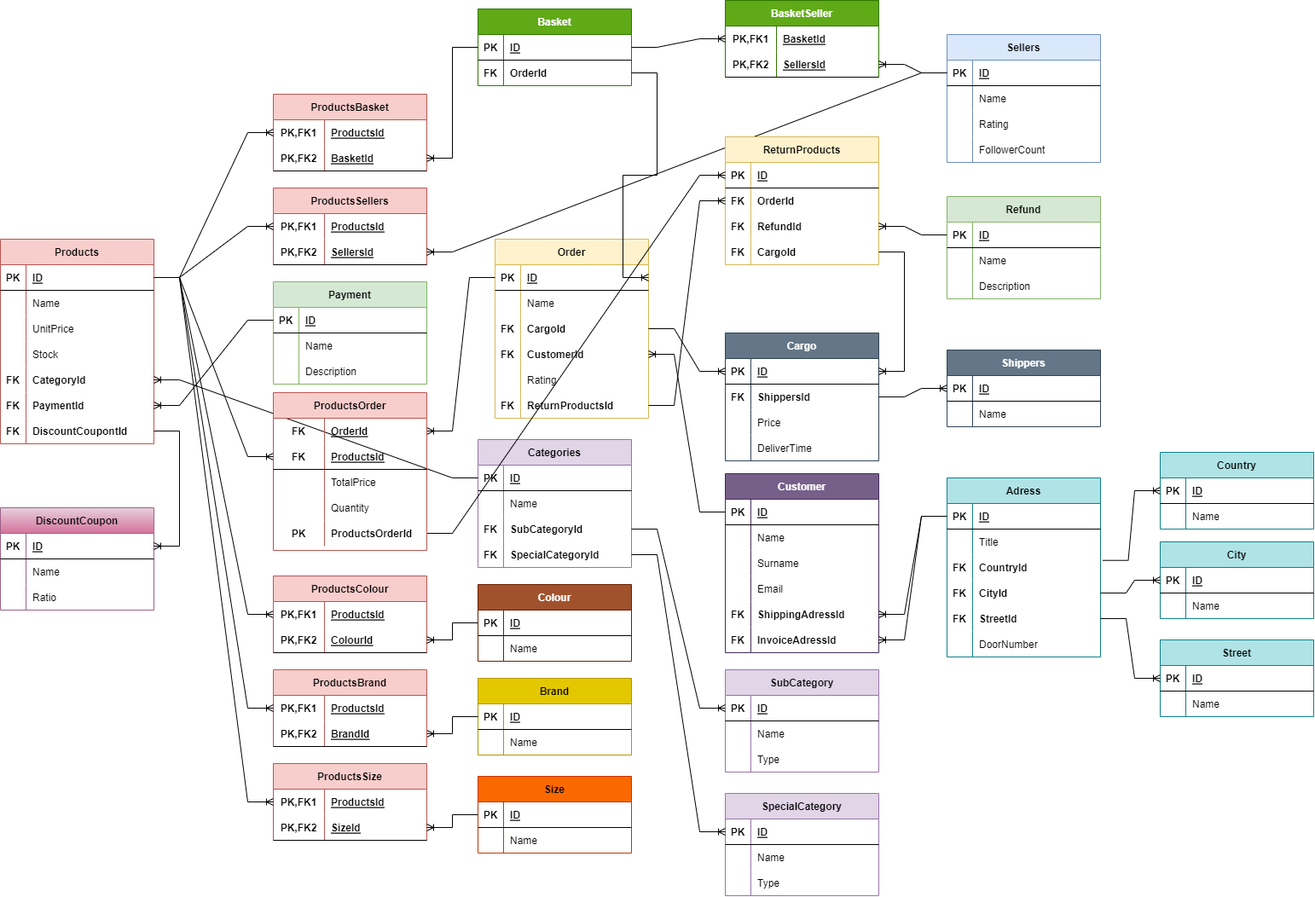
This is 24-11-2022_Pair9_HW.drawio.png from ZakirMK/Etiya-Akademi, a draw.io export, as it was before one commit. Source tidied: cells renumbered, new cells last; positions are measured from the earlier drawing's top-left corner, leaving out a move shared by most shapes.
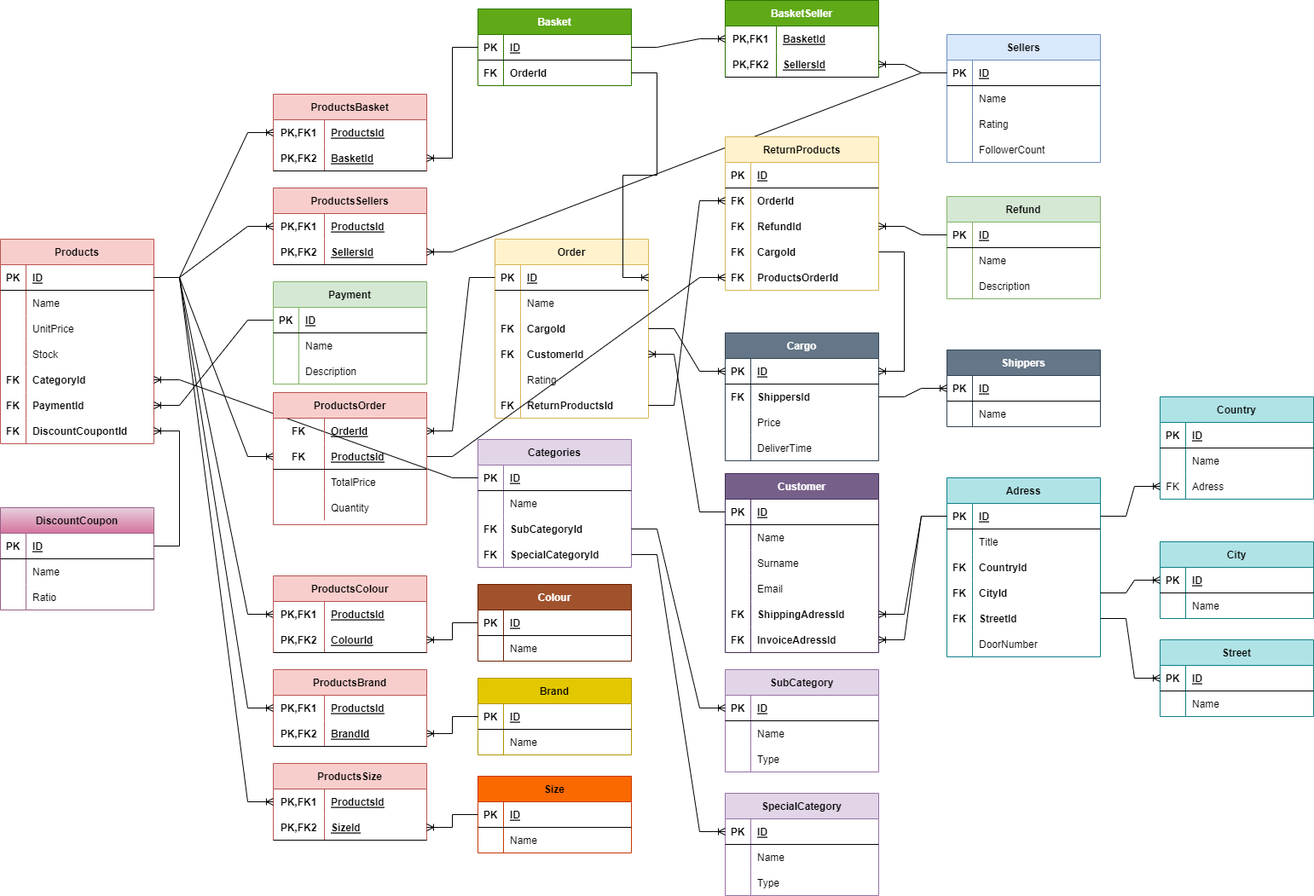
The same file after the commit.

Change to the diagram source:
```diff
@@ -678,7 +678,7 @@
       <mxGeometry relative="1" as="geometry" />
     </mxCell>
     <mxCell id="227" value="Country" style="shape=table;startSize=30;rowLines=0;fontStyle=1;align=center;fillColor=#b0e3e6;strokeColor=#0e8088;" parent="1" vertex="1">
-      <mxGeometry x="1360" y="530" width="180" height="90" as="geometry" />
+      <mxGeometry x="1360" y="465" width="180" height="120" as="geometry" />
     </mxCell>
     <mxCell id="228" style="shape=tableRow;horizontal=0;startSize=0;swimlaneHead=0;swimlaneBody=0;fillColor=none;points=[[0,0.5],[1,0.5]];portConstraint=eastwest;top=0;left=0;right=0;bottom=1;" parent="227" vertex="1">
       <mxGeometry y="30" width="180" height="30" as="geometry" />
@@ -698,9 +698,15 @@
     <mxCell id="233" value="Name" style="shape=partialRectangle;fillColor=none;top=0;left=0;bottom=0;right=0;align=left;spacingLeft=6;overflow=hidden;" parent="231" vertex="1">
       <mxGeometry x="30" width="150" height="30" as="geometry" />
     </mxCell>
-    <mxCell id="234" style="edgeStyle=entityRelationEdgeStyle;fontSize=12;html=1;endArrow=ERoneToMany;rounded=0;entryX=0;entryY=0.5;entryDx=0;entryDy=0;exitX=1.014;exitY=0.224;exitDx=0;exitDy=0;exitPerimeter=0;" parent="1" edge="1" source="63" target="228">
-      <mxGeometry relative="1" as="geometry" />
-    </mxCell>
+    <mxCell id="329" style="shape=tableRow;horizontal=0;startSize=0;swimlaneHead=0;swimlaneBody=0;fillColor=none;points=[[0,0.5],[1,0.5]];portConstraint=eastwest;top=0;left=0;right=0;bottom=0;" parent="227" vertex="1">
+      <mxGeometry y="90" width="180" height="30" as="geometry" />
+    </mxCell>
+    <mxCell id="330" value="FK" style="shape=partialRectangle;fillColor=none;top=0;left=0;bottom=0;right=0;overflow=hidden;" parent="329" vertex="1">
+      <mxGeometry width="30" height="30" as="geometry" />
+    </mxCell>
+    <mxCell id="331" value="Adress" style="shape=partialRectangle;fillColor=none;top=0;left=0;bottom=0;right=0;align=left;spacingLeft=6;overflow=hidden;" parent="329" vertex="1">
+      <mxGeometry x="30" width="150" height="30" as="geometry" />
+    </mxCell>
     <mxCell id="235" value="City" style="shape=table;startSize=30;rowLines=0;fontStyle=1;align=center;fillColor=#b0e3e6;strokeColor=#0e8088;" parent="1" vertex="1">
       <mxGeometry x="1360" y="635" width="180" height="90" as="geometry" />
     </mxCell>
@@ -818,9 +824,6 @@
     <mxCell id="273" value="Ratio" style="shape=partialRectangle;fillColor=none;top=0;left=0;bottom=0;right=0;align=left;spacingLeft=6;overflow=hidden;" parent="271" vertex="1">
       <mxGeometry x="30" width="150" height="30" as="geometry" />
     </mxCell>
-    <mxCell id="274" style="edgeStyle=entityRelationEdgeStyle;fontSize=12;html=1;endArrow=ERoneToMany;rounded=0;exitX=1;exitY=0.5;exitDx=0;exitDy=0;entryX=1;entryY=0.5;entryDx=0;entryDy=0;" parent="1" edge="1" source="21" target="265">
-      <mxGeometry relative="1" as="geometry" />
-    </mxCell>
     <mxCell id="275" value="SpecialCategory" style="shape=table;startSize=30;rowLines=0;fontStyle=1;align=center;fillColor=#e1d5e7;strokeColor=#9673a6;" parent="1" vertex="1">
       <mxGeometry x="850" y="930" width="180" height="120" as="geometry" />
     </mxCell>
@@ -855,7 +858,7 @@
       <mxGeometry relative="1" as="geometry" />
     </mxCell>
     <mxCell id="286" value="ReturnProducts" style="shape=table;startSize=30;rowLines=0;fontStyle=1;align=center;fillColor=#fff2cc;strokeColor=#d6b656;" parent="1" vertex="1">
-      <mxGeometry x="850" y="160" width="180" height="150" as="geometry" />
+      <mxGeometry x="850" y="160" width="180" height="180" as="geometry" />
     </mxCell>
     <mxCell id="287" style="shape=tableRow;horizontal=0;startSize=0;swimlaneHead=0;swimlaneBody=0;fillColor=none;points=[[0,0.5],[1,0.5]];portConstraint=eastwest;top=0;left=0;right=0;bottom=1;" parent="286" vertex="1">
       <mxGeometry y="30" width="180" height="30" as="geometry" />
@@ -893,17 +896,28 @@
     <mxCell id="298" value="CargoId" style="shape=partialRectangle;fillColor=none;top=0;left=0;bottom=0;right=0;align=left;spacingLeft=6;overflow=hidden;fontStyle=1;" parent="296" vertex="1">
       <mxGeometry x="30" width="150" height="30" as="geometry" />
     </mxCell>
+    <mxCell id="315" style="shape=tableRow;horizontal=0;startSize=0;swimlaneHead=0;swimlaneBody=0;fillColor=none;points=[[0,0.5],[1,0.5]];portConstraint=eastwest;top=0;left=0;right=0;bottom=0;" parent="286" vertex="1">
+      <mxGeometry y="150" width="180" height="30" as="geometry" />
+    </mxCell>
+    <mxCell id="332" value="FK" style="shape=partialRectangle;fillColor=none;top=0;left=0;bottom=0;right=0;overflow=hidden;fontStyle=1;" parent="315" vertex="1">
+      <mxGeometry width="30" height="30" as="geometry" />
+    </mxCell>
+    <mxCell id="317" value="ProductsOrderId" style="shape=partialRectangle;fillColor=none;top=0;left=0;bottom=0;right=0;align=left;spacingLeft=6;overflow=hidden;fontStyle=1;" parent="315" vertex="1">
+      <mxGeometry x="30" width="150" height="30" as="geometry" />
+    </mxCell>
     <mxCell id="299" style="edgeStyle=entityRelationEdgeStyle;fontSize=12;html=1;endArrow=ERoneToMany;rounded=0;entryX=1;entryY=0.5;entryDx=0;entryDy=0;exitX=1;exitY=0.5;exitDx=0;exitDy=0;" parent="1" edge="1" source="296" target="146">
       <mxGeometry relative="1" as="geometry" />
     </mxCell>
     <mxCell id="300" style="edgeStyle=entityRelationEdgeStyle;fontSize=12;html=1;endArrow=ERoneToMany;rounded=0;exitX=1;exitY=0.5;exitDx=0;exitDy=0;entryX=0;entryY=0.5;entryDx=0;entryDy=0;" parent="1" edge="1" source="114" target="290">
       <mxGeometry relative="1" as="geometry" />
     </mxCell>
-    <mxCell id="301" style="edgeStyle=entityRelationEdgeStyle;fontSize=12;html=1;endArrow=ERoneToMany;rounded=0;entryX=0;entryY=0.5;entryDx=0;entryDy=0;exitX=1;exitY=0.5;exitDx=0;exitDy=0;" parent="1" edge="1" source="315" target="287">
-      <mxGeometry relative="1" as="geometry" />
+    <mxCell id="301" style="edgeStyle=entityRelationEdgeStyle;fontSize=12;html=1;endArrow=ERoneToMany;rounded=0;exitX=1;exitY=0.5;exitDx=0;exitDy=0;" parent="1" edge="1" source="306">
+      <mxGeometry relative="1" as="geometry">
+        <mxPoint x="850" y="325" as="targetPoint" />
+      </mxGeometry>
     </mxCell>
     <mxCell id="302" value="ProductsOrder" style="shape=table;startSize=30;rowLines=0;fontStyle=1;align=center;fillColor=#f8cecc;strokeColor=#b85450;" parent="1" vertex="1">
-      <mxGeometry x="320" y="460" width="180" height="185" as="geometry" />
+      <mxGeometry x="320" y="460" width="180" height="155" as="geometry" />
     </mxCell>
     <mxCell id="303" style="shape=tableRow;horizontal=0;startSize=0;swimlaneHead=0;swimlaneBody=0;fillColor=none;points=[[0,0.5],[1,0.5]];portConstraint=eastwest;top=0;left=0;right=0;bottom=0;" parent="302" vertex="1">
       <mxGeometry y="30" width="180" height="30" as="geometry" />
@@ -941,15 +955,6 @@
     <mxCell id="314" value="Quantity" style="shape=partialRectangle;fillColor=none;top=0;left=0;bottom=0;right=0;align=left;spacingLeft=6;overflow=hidden;" parent="312" vertex="1">
       <mxGeometry x="60" width="120" height="30" as="geometry" />
     </mxCell>
-    <mxCell id="315" style="shape=tableRow;horizontal=0;startSize=0;swimlaneHead=0;swimlaneBody=0;fillColor=none;points=[[0,0.5],[1,0.5]];portConstraint=eastwest;top=0;left=0;right=0;bottom=0;" parent="302" vertex="1">
-      <mxGeometry y="150" width="180" height="30" as="geometry" />
-    </mxCell>
-    <mxCell id="316" value="PK" style="shape=partialRectangle;fillColor=none;top=0;left=0;bottom=0;right=0;overflow=hidden;fontStyle=1;" parent="315" vertex="1">
-      <mxGeometry width="60" height="30" as="geometry" />
-    </mxCell>
-    <mxCell id="317" value="ProductsOrderId" style="shape=partialRectangle;fillColor=none;top=0;left=0;bottom=0;right=0;align=left;spacingLeft=6;overflow=hidden;fontStyle=1;" parent="315" vertex="1">
-      <mxGeometry x="60" width="120" height="30" as="geometry" />
-    </mxCell>
     <mxCell id="318" value="Refund" style="shape=table;startSize=30;rowLines=0;fontStyle=1;align=center;fillColor=#d5e8d4;strokeColor=#82b366;" parent="1" vertex="1">
       <mxGeometry x="1110" y="230" width="180" height="120" as="geometry" />
     </mxCell>
@@ -983,5 +988,11 @@
     <mxCell id="328" style="edgeStyle=entityRelationEdgeStyle;fontSize=12;html=1;endArrow=ERoneToMany;rounded=0;exitX=0;exitY=0.5;exitDx=0;exitDy=0;entryX=1;entryY=0.5;entryDx=0;entryDy=0;" parent="1" edge="1" source="319" target="293">
       <mxGeometry relative="1" as="geometry" />
     </mxCell>
+    <mxCell id="274" style="edgeStyle=entityRelationEdgeStyle;fontSize=12;html=1;endArrow=ERoneToMany;rounded=0;exitX=1;exitY=0.5;exitDx=0;exitDy=0;entryX=1;entryY=0.5;entryDx=0;entryDy=0;" parent="1" edge="1" source="265" target="21">
+      <mxGeometry relative="1" as="geometry" />
+    </mxCell>
+    <mxCell id="333" style="edgeStyle=entityRelationEdgeStyle;fontSize=12;html=1;endArrow=ERoneToMany;rounded=0;entryX=0;entryY=0.5;entryDx=0;entryDy=0;exitX=1;exitY=0.5;exitDx=0;exitDy=0;" parent="1" edge="1" source="57" target="329">
+      <mxGeometry relative="1" as="geometry" />
+    </mxCell>
   </root>
 </mxGraphModel>
```
